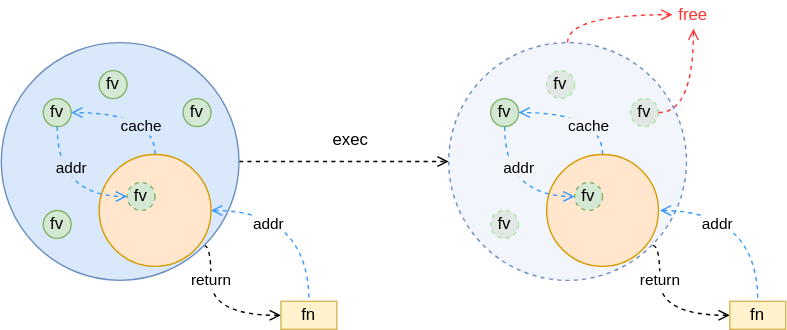
Before: Draw/Go/func&memory&closure.drawio.svg, a diagram exported from draw.io (Zhangbokai614/draw). Source tidied: cells renumbered, new cells last; positions are measured from the earlier drawing's top-left corner, leaving out a move shared by most shapes.
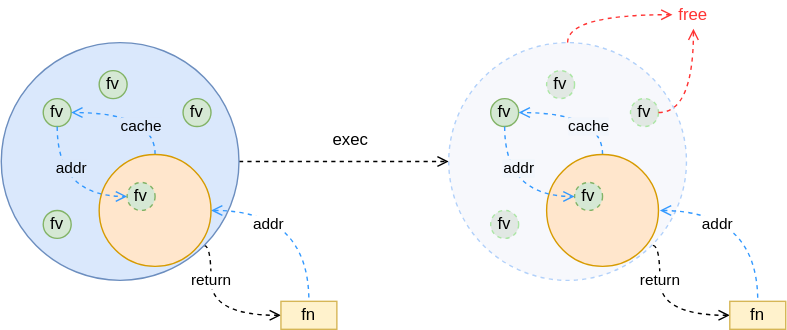
Later version of the same file.

The edit, as a diff of the source:
```diff
@@ -54,7 +54,7 @@
         </Array>
       </mxGeometry>
     </mxCell>
-    <mxCell id="15" style="ellipse;whiteSpace=wrap;html=1;fillColor=#F2F6FC;strokeColor=#6c8ebf;fontColor=#dae8fc;labelBackgroundColor=#dae8fc;dashed=1;" parent="1" vertex="1">
+    <mxCell id="15" style="ellipse;whiteSpace=wrap;html=1;fillColor=#F7F8FC;strokeColor=#B2D1FA;fontColor=#dae8fc;labelBackgroundColor=#dae8fc;dashed=1;" parent="1" vertex="1">
       <mxGeometry x="320" y="30" width="170" height="170" as="geometry" />
     </mxCell>
     <mxCell id="16" value="fv" style="ellipse;whiteSpace=wrap;html=1;fillColor=#E1E8E3;strokeColor=#ACE6A5;dashed=1;" parent="1" vertex="1">
```
